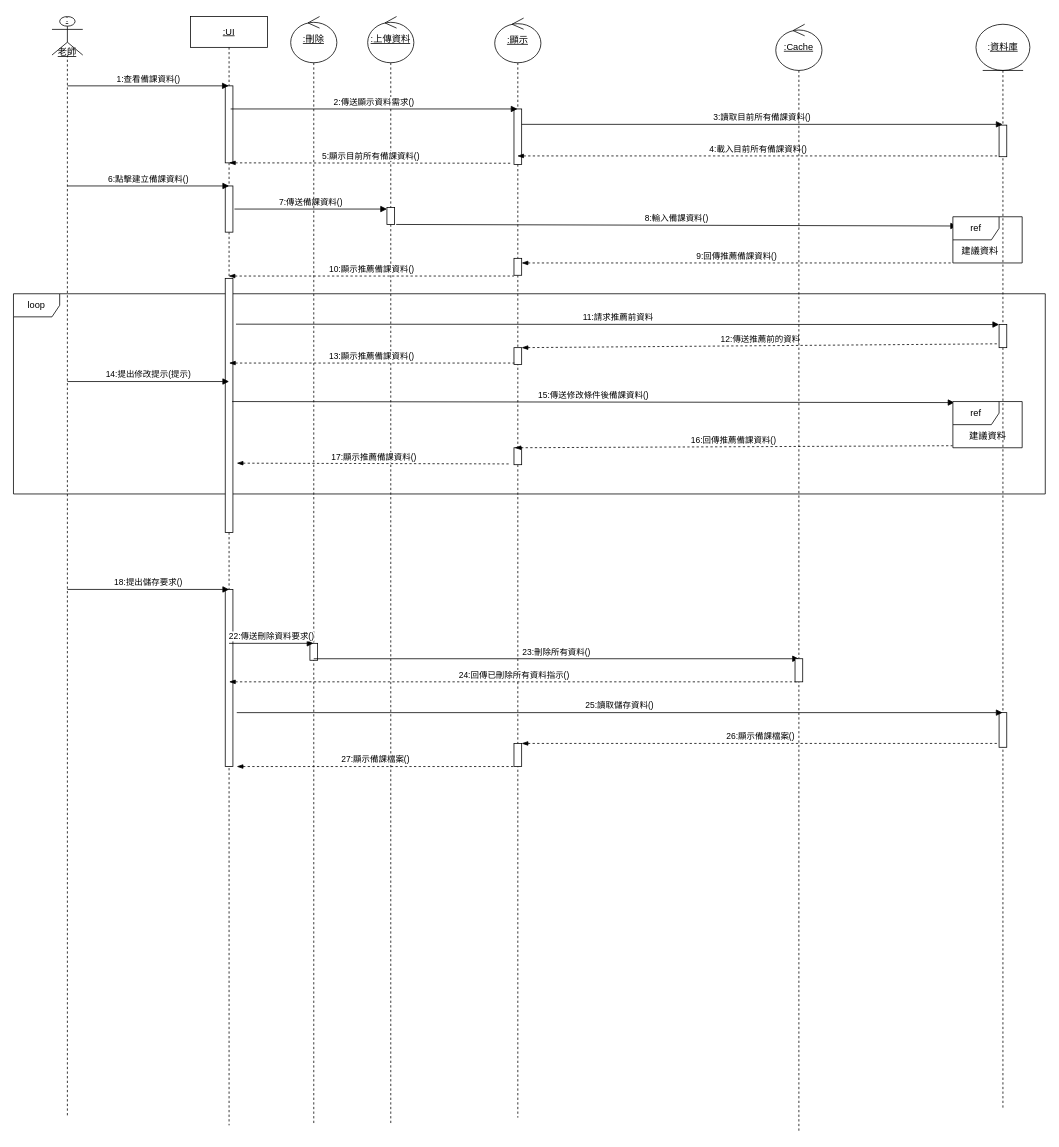
This is 循序圖(建立備課資料-AC)-new.drawio from Kevincheng0804/System-analysis, a draw.io file, before an edit. Source tidied: cells renumbered, new cells numbered last; positions are measured from the earlier drawing's top-left corner, leaving out a move shared by most shapes. Both pictures are drawn from the tidied source at 77%, with x=0, y=0 at pixel (13, 16).
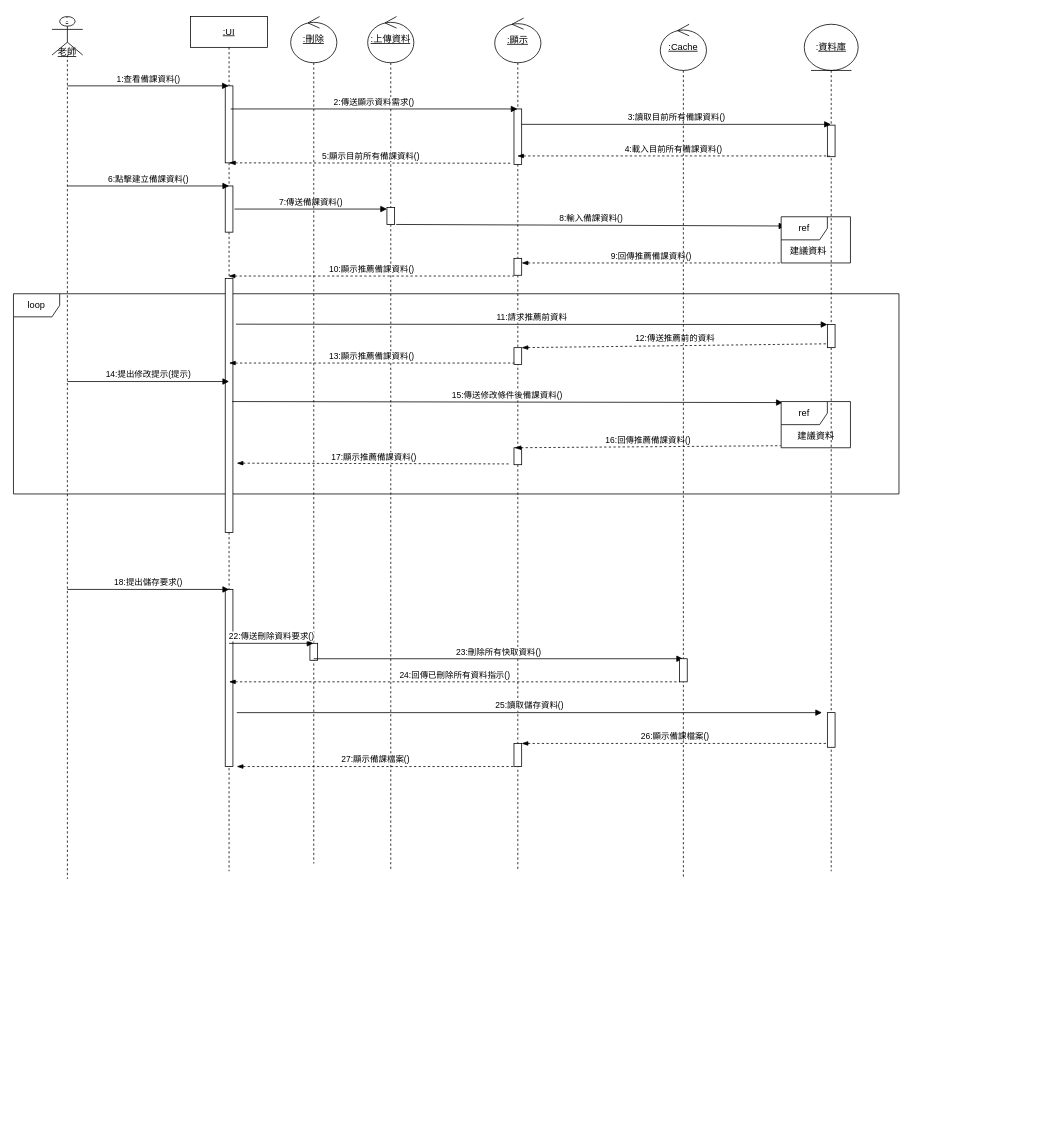
The same page after the edit.

Commit message:
更新循序圖(建立備課資料-AC)-new.drawio

The change refers to these unchanged cells:
```xml
<mxCell id="19" style="html=1;points=[[0,0,0,0,5],[0,1,0,0,-5],[1,0,0,0,5],[1,1,0,0,-5]];perimeter=orthogonalPerimeter;outlineConnect=0;targetShapes=umlLifeline;portConstraint=eastwest;newEdgeStyle={&quot;curved&quot;:0,&quot;rounded&quot;:0};" parent="17" vertex="1">
  <mxGeometry x="30" y="894" width="10" height="45" as="geometry" />
</mxCell>
<mxCell id="52" style="html=1;points=[[0,0,0,0,5],[0,1,0,0,-5],[1,0,0,0,5],[1,1,0,0,-5]];perimeter=orthogonalPerimeter;outlineConnect=0;targetShapes=umlLifeline;portConstraint=eastwest;newEdgeStyle={&quot;curved&quot;:0,&quot;rounded&quot;:0};" parent="51" vertex="1">
  <mxGeometry x="25" y="824" width="10" height="30" as="geometry" />
</mxCell>
```

Diff of the diagram source:
```diff
@@
     <mxCell id="2" value="loop" style="shape=umlFrame;whiteSpace=wrap;html=1;" parent="1" vertex="1">
-      <mxGeometry y="360" width="1340" height="260" as="geometry" />
+      <mxGeometry y="360" width="1150" height="260" as="geometry" />
     </mxCell>
     <mxCell id="3" value="&lt;u&gt;:&lt;/u&gt;&lt;div&gt;&lt;u&gt;&lt;br&gt;&lt;/u&gt;&lt;/div&gt;&lt;div&gt;&lt;u&gt;&lt;br&gt;&lt;/u&gt;&lt;/div&gt;&lt;div&gt;&lt;u&gt;老師&lt;/u&gt;&lt;/div&gt;" style="shape=umlLifeline;perimeter=lifelinePerimeter;whiteSpace=wrap;html=1;newEdgeStyle={&quot;curved&quot;:0,&quot;rounded&quot;:0};participant=umlActor;size=50;" parent="1" vertex="1">
-      <mxGeometry x="50" width="40" height="1430" as="geometry" />
+      <mxGeometry x="50" width="40" height="1120" as="geometry" />
     </mxCell>
     <mxCell id="4" value="&lt;u&gt;:UI&lt;/u&gt;" style="shape=umlLifeline;perimeter=lifelinePerimeter;whiteSpace=wrap;html=1;outlineConnect=0;portConstraint=eastwest;newEdgeStyle={&quot;curved&quot;:0,&quot;rounded&quot;:0};" parent="1" vertex="1">
-      <mxGeometry x="230" width="100" height="1440" as="geometry" />
+      <mxGeometry x="230" width="100" height="1110" as="geometry" />
     </mxCell>
@@
     <mxCell id="9" value="&lt;u&gt;:上傳資料&lt;/u&gt;" style="shape=umlLifeline;perimeter=lifelinePerimeter;whiteSpace=wrap;html=1;newEdgeStyle={&quot;curved&quot;:0,&quot;rounded&quot;:0};participant=umlControl;size=60;" parent="1" vertex="1">
-      <mxGeometry x="460" width="60" height="1440" as="geometry" />
+      <mxGeometry x="460" width="60" height="1110" as="geometry" />
     </mxCell>
@@
     <mxCell id="11" value="&lt;u&gt;:顯示&lt;/u&gt;" style="shape=umlLifeline;perimeter=lifelinePerimeter;whiteSpace=wrap;html=1;outlineConnect=0;portConstraint=eastwest;newEdgeStyle={&quot;curved&quot;:0,&quot;rounded&quot;:0};participant=umlControl;size=58;" parent="1" vertex="1">
-      <mxGeometry x="625" y="2" width="60" height="1428" as="geometry" />
+      <mxGeometry x="625" y="2" width="60" height="1108" as="geometry" />
     </mxCell>
@@
     <mxCell id="17" value=":&lt;u&gt;資料庫&lt;/u&gt;" style="shape=umlLifeline;perimeter=lifelinePerimeter;whiteSpace=wrap;html=1;outlineConnect=0;portConstraint=eastwest;newEdgeStyle={&quot;curved&quot;:0,&quot;rounded&quot;:0};participant=umlEntity;size=60;" parent="1" vertex="1">
-      <mxGeometry x="1250" y="10" width="70" height="1410" as="geometry" />
+      <mxGeometry x="1027" y="10" width="70" height="1100" as="geometry" />
     </mxCell>
@@
-    <mxCell id="24" value="4:載入目前所有備課資料()" style="html=1;verticalAlign=bottom;endArrow=none;curved=0;rounded=0;dashed=1;startArrow=blockThin;startFill=1;endFill=0;entryX=0;entryY=1;entryDx=0;entryDy=-5;entryPerimeter=0;" parent="1" edge="1">
+    <mxCell id="24" value="4:載入目前所有備課資料()" style="html=1;verticalAlign=bottom;endArrow=none;curved=0;rounded=0;dashed=1;startArrow=blockThin;startFill=1;endFill=0;" parent="1" edge="1">
       <mxGeometry relative="1" as="geometry">
         <mxPoint x="654.3" y="181" as="sourcePoint" />
-        <mxPoint x="1280" y="181" as="targetPoint" />
+        <mxPoint x="1060" y="181" as="targetPoint" />
       </mxGeometry>
     </mxCell>
@@
     <mxCell id="29" value="ref" style="shape=umlFrame;whiteSpace=wrap;html=1;" parent="1" vertex="1">
-      <mxGeometry x="1220" y="260" width="90" height="60" as="geometry" />
+      <mxGeometry x="997" y="260" width="90" height="60" as="geometry" />
     </mxCell>
     <mxCell id="30" value="建議資料" style="text;html=1;align=center;verticalAlign=middle;strokeColor=none;fillColor=none;" parent="1" vertex="1">
-      <mxGeometry x="1220" y="290" width="70" height="30" as="geometry" />
+      <mxGeometry x="997" y="290" width="70" height="30" as="geometry" />
     </mxCell>
@@
     <mxCell id="37" value="ref" style="shape=umlFrame;whiteSpace=wrap;html=1;" parent="1" vertex="1">
-      <mxGeometry x="1220" y="500" width="90" height="60" as="geometry" />
+      <mxGeometry x="997" y="500" width="90" height="60" as="geometry" />
     </mxCell>
     <mxCell id="38" value="建議資料" style="text;html=1;align=center;verticalAlign=middle;strokeColor=none;fillColor=none;" parent="1" vertex="1">
-      <mxGeometry x="1230" y="530" width="70" height="30" as="geometry" />
+      <mxGeometry x="1007" y="530" width="70" height="30" as="geometry" />
     </mxCell>
@@
     <mxCell id="42" value="&lt;u&gt;:刪除&lt;/u&gt;" style="shape=umlLifeline;perimeter=lifelinePerimeter;whiteSpace=wrap;html=1;newEdgeStyle={&quot;curved&quot;:0,&quot;rounded&quot;:0};participant=umlControl;size=60;" parent="1" vertex="1">
-      <mxGeometry x="360" width="60" height="1440" as="geometry" />
+      <mxGeometry x="360" width="60" height="1100" as="geometry" />
     </mxCell>
@@
-    <mxCell id="46" value="23:刪除所有資料()" style="html=1;verticalAlign=bottom;endArrow=block;curved=0;rounded=0;" parent="1" edge="1">
+    <mxCell id="46" value="23:刪除所有快取資料()" style="html=1;verticalAlign=bottom;endArrow=block;curved=0;rounded=0;" parent="1" edge="1" target="51">
       <mxGeometry relative="1" as="geometry">
         <mxPoint x="390" y="834" as="sourcePoint" />
-        <mxPoint x="1020" y="834" as="targetPoint" />
       </mxGeometry>
     </mxCell>
-    <mxCell id="47" value="24:回傳已刪除所有資料指示()" style="html=1;verticalAlign=bottom;endArrow=none;curved=0;rounded=0;dashed=1;startArrow=blockThin;startFill=1;endFill=0;entryX=0;entryY=1;entryDx=0;entryDy=-5;entryPerimeter=0;" parent="1" edge="1">
+    <mxCell id="47" value="24:回傳已刪除所有資料指示()" style="html=1;verticalAlign=bottom;endArrow=none;curved=0;rounded=0;dashed=1;startArrow=blockThin;startFill=1;endFill=0;" parent="1" edge="1" target="52">
       <mxGeometry relative="1" as="geometry">
         <mxPoint x="280" y="864" as="sourcePoint" />
-        <mxPoint x="1020" y="864" as="targetPoint" />
       </mxGeometry>
     </mxCell>
     <mxCell id="48" value="25:讀取儲存資料()" style="html=1;verticalAlign=bottom;endArrow=block;curved=0;rounded=0;" parent="1" edge="1">
       <mxGeometry relative="1" as="geometry">
         <mxPoint x="290" y="904" as="sourcePoint" />
-        <mxPoint x="1284.5" y="904" as="targetPoint" />
+        <mxPoint x="1050" y="904" as="targetPoint" />
       </mxGeometry>
     </mxCell>
-    <mxCell id="49" value="26:顯示備課檔案()" style="html=1;verticalAlign=bottom;endArrow=none;curved=0;rounded=0;dashed=1;startArrow=blockThin;startFill=1;endFill=0;entryX=0;entryY=1;entryDx=0;entryDy=-5;entryPerimeter=0;" parent="1" edge="1">
+    <mxCell id="49" value="26:顯示備課檔案()" style="html=1;verticalAlign=bottom;endArrow=none;curved=0;rounded=0;dashed=1;startArrow=blockThin;startFill=1;endFill=0;entryX=0;entryY=1;entryDx=0;entryDy=-5;entryPerimeter=0;" parent="1" edge="1" target="19">
       <mxGeometry relative="1" as="geometry">
         <mxPoint x="660" y="944" as="sourcePoint" />
-        <mxPoint x="1280" y="944" as="targetPoint" />
       </mxGeometry>
     </mxCell>
@@
     <mxCell id="51" value="&lt;u&gt;:Cache&lt;/u&gt;" style="shape=umlLifeline;perimeter=lifelinePerimeter;whiteSpace=wrap;html=1;outlineConnect=0;portConstraint=eastwest;newEdgeStyle={&quot;curved&quot;:0,&quot;rounded&quot;:0};participant=umlControl;size=60;" parent="1" vertex="1">
-      <mxGeometry x="990" y="10" width="60" height="1440" as="geometry" />
+      <mxGeometry x="840" y="10" width="60" height="1110" as="geometry" />
     </mxCell>
```
